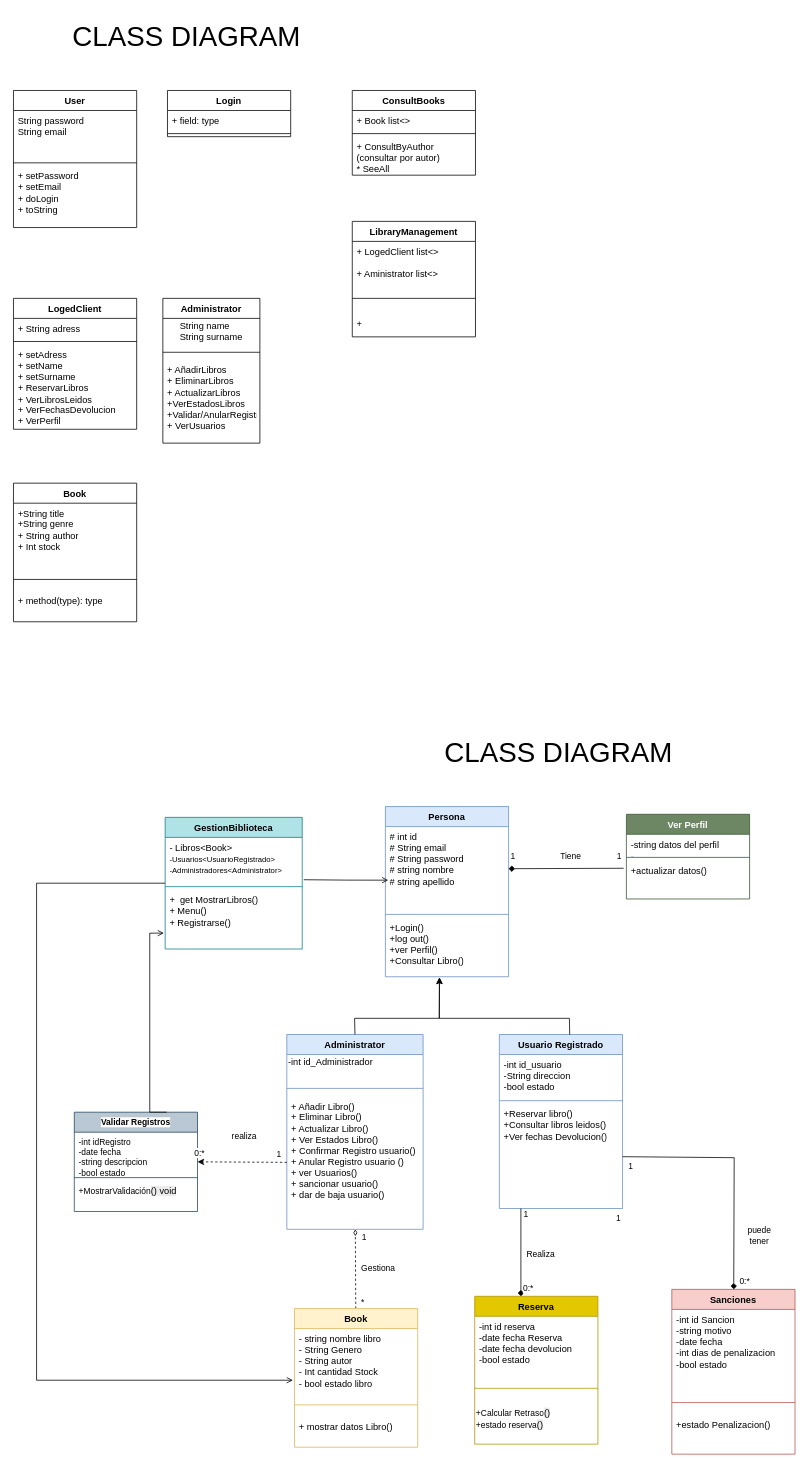
gusderiv/Library keeps this draw.io diagram as docs/analysis/English/Diagrams/Diagram Class.drawio. Above is the earlier version. Source tidied: cells renumbered, new cells numbered last; positions are measured from the earlier drawing's top-left corner, leaving out a move shared by most shapes. Both pictures are drawn from the tidied source at 77%, with x=0, y=0 at pixel (13, 13).
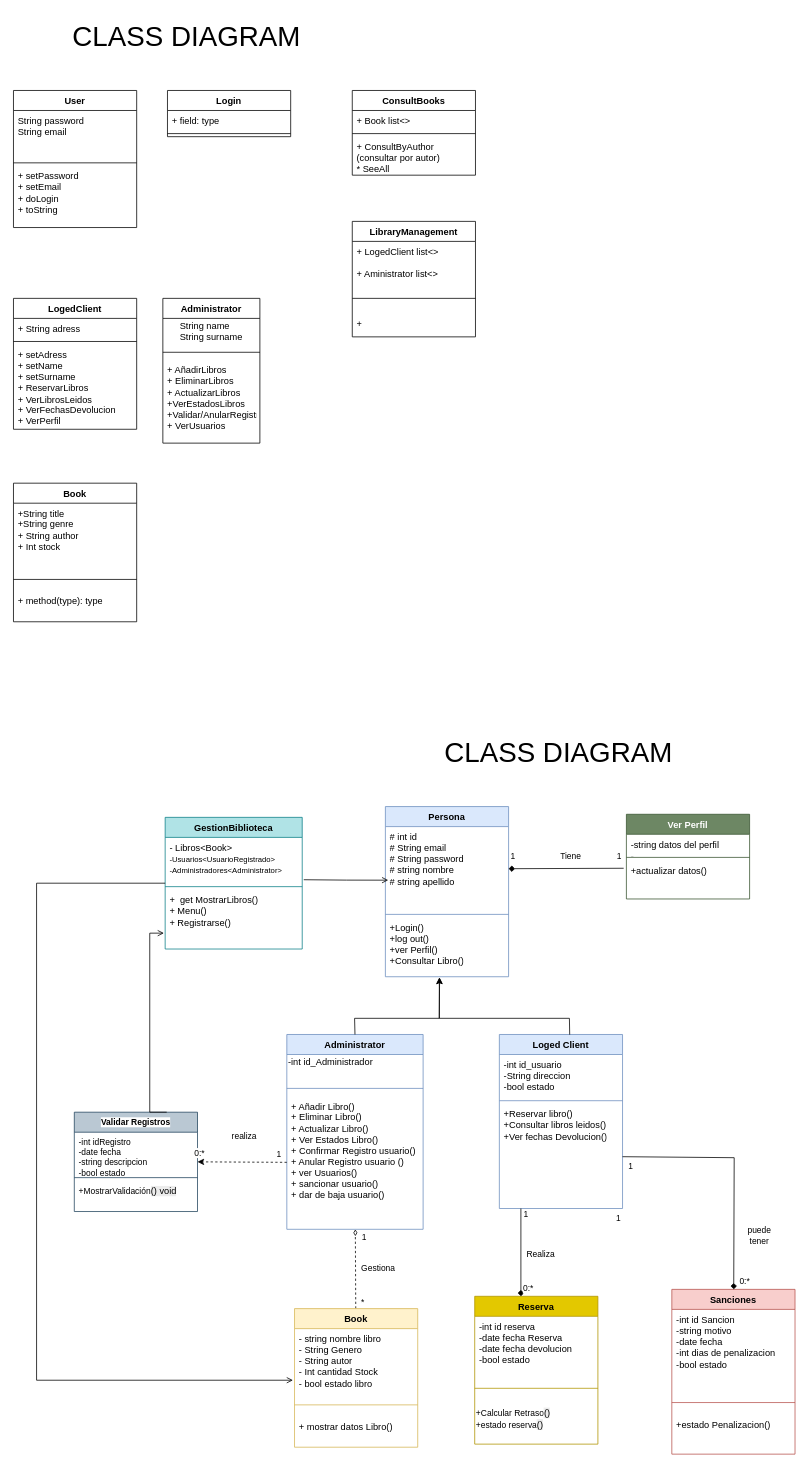
After the change.

Commit message:
Hay cambios en el drawio

What changed in the source:
```diff
@@
-    <mxCell id="44" value="Usuario Registrado" style="swimlane;fontStyle=1;align=center;verticalAlign=top;horizontal=1;startSize=26;whiteSpace=wrap;html=1;fillColor=#dae8fc;strokeColor=#6c8ebf;" parent="1" vertex="1">
+    <mxCell id="44" value="Loged Client" style="swimlane;fontStyle=1;align=center;verticalAlign=top;horizontal=1;startSize=26;whiteSpace=wrap;html=1;fillColor=#dae8fc;strokeColor=#6c8ebf;" parent="1" vertex="1">
       <mxGeometry x="631" y="1326" width="160" height="226" as="geometry" />
     </mxCell>
```
